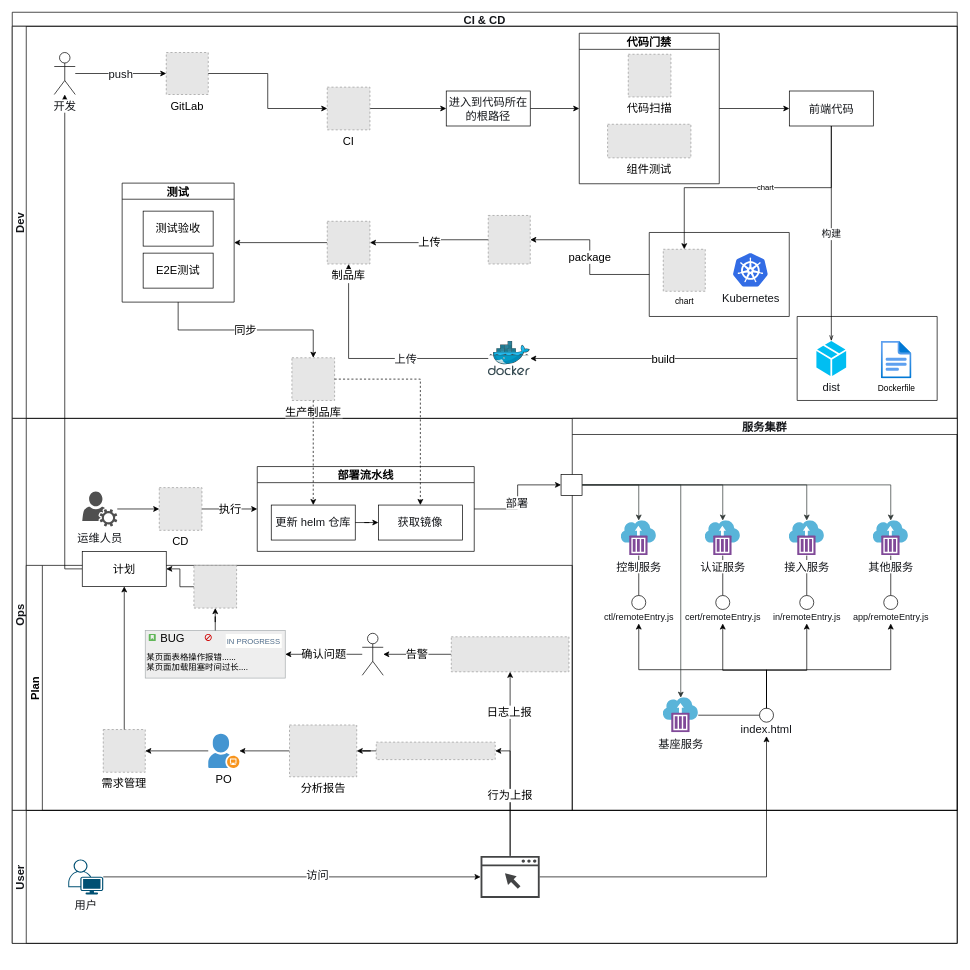
The draw.io diagram CICD.drawio in zhuoooo/doodles, before the edit. Source tidied: cells renumbered, new cells numbered last; positions are measured from the earlier drawing's top-left corner, leaving out a move shared by most shapes. Both pictures are drawn from the tidied source at 70%, with x=0, y=0 at pixel (12, 12). Pictures stored in the file or linked from it are replaced by grey dashed boxes.
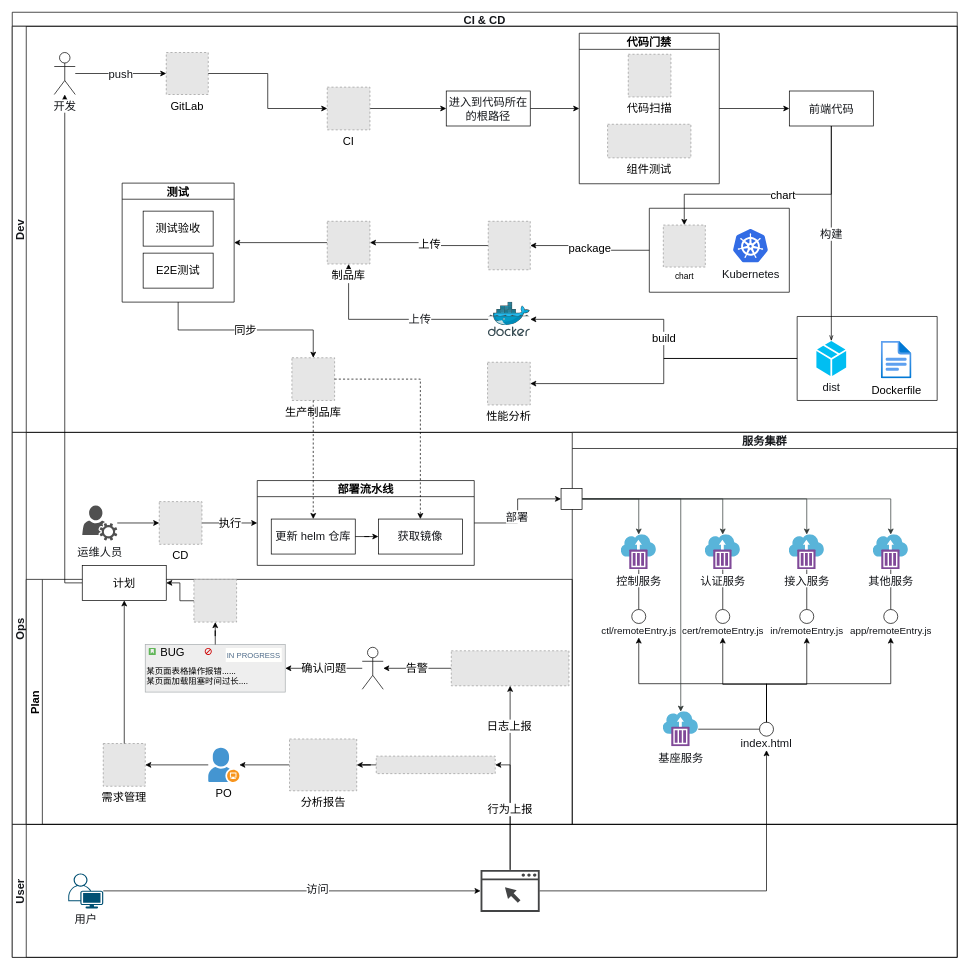
After the change.

Commit message:
feat: 新增 lighthouse 性能分析环节

Unchanged cells that the change refers to:
```xml
<mxCell id="9" value="前端代码" style="html=1;fontSize=16;fontColor=#14161a;" parent="4" vertex="1">
  <mxGeometry x="1110.1" y="92.5" width="120" height="50" as="geometry" />
</mxCell>
<mxCell id="24" value="chart" style="fillColor=#E6E6E6;strokeColor=#999999;dashed=1;html=1;verticalAlign=top;verticalLabelPosition=bottom;labelBackgroundColor=#ffffff;" parent="22" vertex="1">
  <mxGeometry x="20" y="24" width="60" height="60" as="geometry" />
</mxCell>
<mxCell id="26" style="swimlane;startSize=0;fontSize=16;fontColor=#14161a;" parent="4" vertex="1">
  <mxGeometry x="1121.3" y="414.6" width="200" height="120" as="geometry" />
</mxCell>
<mxCell id="27" value="dist" style="verticalLabelPosition=bottom;html=1;verticalAlign=top;align=center;strokeColor=none;fillColor=#00BEF2;shape=mxgraph.azure.cloud_service_package_file;fontSize=16;fontColor=#14161a;" parent="26" vertex="1">
  <mxGeometry x="27.5" y="35" width="42.5" height="50" as="geometry" />
</mxCell>
<mxCell id="50" value="服务集群" style="swimlane;fontSize=16;fontColor=#14161a;" parent="41" vertex="1">
  <mxGeometry x="800" width="550" height="560" as="geometry" />
</mxCell>
```

The edit, as a diff of the source:
```diff
@@
     <mxCell id="2" value="CI &amp; CD" style="swimlane;horizontal=1;startSize=20;fontSize=16;fontColor=#14161a;" parent="1" vertex="1">
-      <mxGeometry width="1350" height="1330.2" as="geometry" />
+      <mxGeometry width="1350" height="1350.2" as="geometry" />
     </mxCell>
@@
     <mxCell id="4" value="Dev" style="swimlane;startSize=20;horizontal=0;fontSize=16;fontColor=#14161a;" parent="2" vertex="1">
-      <mxGeometry y="20" width="1350" height="560.2" as="geometry" />
+      <mxGeometry y="20" width="1350" height="580.2" as="geometry" />
     </mxCell>
@@
-    <mxCell id="7" style="edgeStyle=orthogonalEdgeStyle;rounded=0;sketch=0;jettySize=auto;html=1;strokeWidth=1;startSize=6;endSize=6;sourcePerimeterSpacing=0;targetPerimeterSpacing=0;exitX=0.5;exitY=1;exitDx=0;exitDy=0;" parent="4" edge="1" source="9" target="24">
-      <mxGeometry relative="1" as="geometry" />
+    <mxCell id="7" style="edgeStyle=orthogonalEdgeStyle;rounded=0;sketch=0;jettySize=auto;html=1;strokeWidth=1;startSize=6;endSize=6;sourcePerimeterSpacing=0;targetPerimeterSpacing=0;exitX=0.5;exitY=1;exitDx=0;exitDy=0;fontSize=16;" parent="4" edge="1" source="9" target="24">
+      <mxGeometry relative="1" as="geometry">
+        <Array as="points">
+          <mxPoint x="1170" y="240" />
+          <mxPoint x="960" y="240" />
+        </Array>
+      </mxGeometry>
     </mxCell>
-    <mxCell id="8" value="chart" style="edgeLabel;html=1;align=center;verticalAlign=middle;" parent="7" vertex="1">
+    <mxCell id="8" value="chart" style="edgeLabel;html=1;align=center;verticalAlign=middle;fontSize=16;" parent="7" vertex="1">
       <mxGeometry x="-0.05" relative="1" as="geometry" />
     </mxCell>
@@
-    <mxCell id="10" value="构建" style="edgeStyle=orthogonalEdgeStyle;rounded=0;jettySize=auto;html=1;endArrow=openThin;endFill=0;fontSize=14;fontColor=#14161a;" parent="4" edge="1" source="9" target="27">
+    <mxCell id="10" value="构建" style="edgeStyle=orthogonalEdgeStyle;rounded=0;jettySize=auto;html=1;endArrow=openThin;endFill=0;fontSize=16;fontColor=#14161a;" parent="4" edge="1" source="9" target="27">
       <mxGeometry relative="1" as="geometry" />
     </mxCell>
@@
     <mxCell id="14" style="sketch=0;html=1;points=[];align=center;image;fontSize=16;image=img/lib/mscae/Docker.svg;fontColor=#14161a;" parent="4" vertex="1">
-      <mxGeometry x="680" y="450" width="60" height="49.2" as="geometry" />
+      <mxGeometry x="680" y="394.1" width="60" height="49.2" as="geometry" />
     </mxCell>
@@
     <mxCell id="17" style="fillColor=#E6E6E6;strokeColor=#999999;dashed=1;verticalLabelPosition=bottom;labelBackgroundColor=default;verticalAlign=top;" parent="4" vertex="1">
-      <mxGeometry x="680" y="270.3" width="60" height="69.3" as="geometry" />
+      <mxGeometry x="680" y="278.6" width="60" height="69.3" as="geometry" />
     </mxCell>
@@
     <mxCell id="22" style="swimlane;startSize=0;strokeWidth=1;" parent="4" vertex="1">
-      <mxGeometry x="910" y="294.6" width="200" height="120" as="geometry" />
+      <mxGeometry x="910.1" y="260" width="200" height="120" as="geometry" />
     </mxCell>
@@
-    <mxCell id="28" value="Dockerfile" style="html=1;align=center;image;fontSize=12;image=img/lib/azure2/general/File.svg;strokeWidth=1;" parent="26" vertex="1">
+    <mxCell id="28" value="Dockerfile" style="html=1;align=center;image;fontSize=16;image=img/lib/azure2/general/File.svg;strokeWidth=1;" parent="26" vertex="1">
       <mxGeometry x="120" y="35" width="43.8" height="54" as="geometry" />
     </mxCell>
@@
+    <mxCell id="117" value="性能分析" style="fillColor=#E6E6E6;strokeColor=#999999;dashed=1;verticalLabelPosition=bottom;labelBackgroundColor=default;verticalAlign=top;fontSize=16;" parent="4" vertex="1">
+      <mxGeometry x="679" y="480" width="61" height="61" as="geometry" />
+    </mxCell>
+    <mxCell id="118" style="edgeStyle=orthogonalEdgeStyle;rounded=0;jettySize=auto;html=1;fontSize=16;endArrow=classic;endFill=1;" parent="4" edge="1" source="26" target="117">
+      <mxGeometry relative="1" as="geometry" />
+    </mxCell>
     <mxCell id="41" value="Ops" style="swimlane;startSize=20;horizontal=0;fontSize=16;fontColor=#14161a;" parent="2" vertex="1">
-      <mxGeometry y="580.2" width="1350" height="560" as="geometry" />
+      <mxGeometry y="600.2" width="1350" height="560" as="geometry" />
     </mxCell>
@@
-    <mxCell id="59" style="group;fontSize=13;fontColor=#14161a;" parent="50" vertex="1">
+    <mxCell id="59" style="group;fontSize=14;fontColor=#14161a;" parent="50" vertex="1">
       <mxGeometry x="157.5" y="253" width="115" height="40" as="geometry" />
     </mxCell>
-    <mxCell id="60" style="ellipse;whiteSpace=wrap;html=1;fontSize=13;fontColor=#14161a;" parent="59" vertex="1">
+    <mxCell id="60" style="ellipse;whiteSpace=wrap;html=1;fontSize=14;fontColor=#14161a;" parent="59" vertex="1">
       <mxGeometry x="47.5" width="20" height="20" as="geometry" />
     </mxCell>
-    <mxCell id="61" value="cert/remoteEntry.js" style="text;html=1;strokeColor=none;fillColor=none;align=center;verticalAlign=middle;whiteSpace=wrap;rounded=0;fontSize=13;fontColor=#14161a;" parent="59" vertex="1">
+    <mxCell id="61" value="cert/remoteEntry.js" style="text;html=1;strokeColor=none;fillColor=none;align=center;verticalAlign=middle;whiteSpace=wrap;rounded=0;fontSize=14;fontColor=#14161a;" parent="59" vertex="1">
       <mxGeometry y="20" width="115" height="20" as="geometry" />
     </mxCell>
-    <mxCell id="62" style="group;fontSize=13;fontColor=#14161a;" parent="50" vertex="1">
+    <mxCell id="62" style="group;fontSize=14;fontColor=#14161a;" parent="50" vertex="1">
       <mxGeometry x="277.5" y="253" width="115" height="40" as="geometry" />
     </mxCell>
-    <mxCell id="63" style="ellipse;whiteSpace=wrap;html=1;fontSize=13;fontColor=#14161a;" parent="62" vertex="1">
+    <mxCell id="63" style="ellipse;whiteSpace=wrap;html=1;fontSize=14;fontColor=#14161a;" parent="62" vertex="1">
       <mxGeometry x="47.5" width="20" height="20" as="geometry" />
     </mxCell>
-    <mxCell id="64" value="in/remoteEntry.js" style="text;html=1;strokeColor=none;fillColor=none;align=center;verticalAlign=middle;whiteSpace=wrap;rounded=0;fontSize=13;fontColor=#14161a;" parent="62" vertex="1">
+    <mxCell id="64" value="in/remoteEntry.js" style="text;html=1;strokeColor=none;fillColor=none;align=center;verticalAlign=middle;whiteSpace=wrap;rounded=0;fontSize=14;fontColor=#14161a;" parent="62" vertex="1">
       <mxGeometry y="20" width="115" height="20" as="geometry" />
     </mxCell>
-    <mxCell id="65" style="group;fontSize=13;fontColor=#14161a;" parent="50" vertex="1">
+    <mxCell id="65" style="group;fontSize=14;fontColor=#14161a;" parent="50" vertex="1">
       <mxGeometry x="397.5" y="253" width="115" height="40" as="geometry" />
     </mxCell>
-    <mxCell id="66" style="ellipse;whiteSpace=wrap;html=1;fontSize=13;fontColor=#14161a;" parent="65" vertex="1">
+    <mxCell id="66" style="ellipse;whiteSpace=wrap;html=1;fontSize=14;fontColor=#14161a;" parent="65" vertex="1">
       <mxGeometry x="47.5" width="20" height="20" as="geometry" />
     </mxCell>
-    <mxCell id="67" value="app/remoteEntry.js" style="text;html=1;strokeColor=none;fillColor=none;align=center;verticalAlign=middle;whiteSpace=wrap;rounded=0;fontSize=13;fontColor=#14161a;" parent="65" vertex="1">
+    <mxCell id="67" value="app/remoteEntry.js" style="text;html=1;strokeColor=none;fillColor=none;align=center;verticalAlign=middle;whiteSpace=wrap;rounded=0;fontSize=14;fontColor=#14161a;" parent="65" vertex="1">
       <mxGeometry y="20" width="115" height="20" as="geometry" />
     </mxCell>
@@
-    <mxCell id="77" style="group;fontSize=13;fontColor=#14161a;" parent="50" vertex="1">
+    <mxCell id="77" style="group;fontSize=14;fontColor=#14161a;" parent="50" vertex="1">
       <mxGeometry x="37.5" y="253" width="115" height="40" as="geometry" />
     </mxCell>
-    <mxCell id="78" style="ellipse;whiteSpace=wrap;html=1;fontSize=13;fontColor=#14161a;" parent="77" vertex="1">
+    <mxCell id="78" style="ellipse;whiteSpace=wrap;html=1;fontSize=14;fontColor=#14161a;" parent="77" vertex="1">
       <mxGeometry x="47.5" width="20" height="20" as="geometry" />
     </mxCell>
-    <mxCell id="79" value="ctl/remoteEntry.js" style="text;html=1;strokeColor=none;fillColor=none;align=center;verticalAlign=middle;whiteSpace=wrap;rounded=0;fontSize=13;fontColor=#14161a;" parent="77" vertex="1">
+    <mxCell id="79" value="ctl/remoteEntry.js" style="text;html=1;strokeColor=none;fillColor=none;align=center;verticalAlign=middle;whiteSpace=wrap;rounded=0;fontSize=14;fontColor=#14161a;" parent="77" vertex="1">
       <mxGeometry y="20" width="115" height="20" as="geometry" />
     </mxCell>
@@
     <mxCell id="109" value="User" style="swimlane;startSize=20;horizontal=0;fontSize=16;fontColor=#14161a;" parent="2" vertex="1">
-      <mxGeometry y="1140.2" width="1350" height="190" as="geometry" />
+      <mxGeometry y="1160.2" width="1350" height="190" as="geometry" />
     </mxCell>
```
